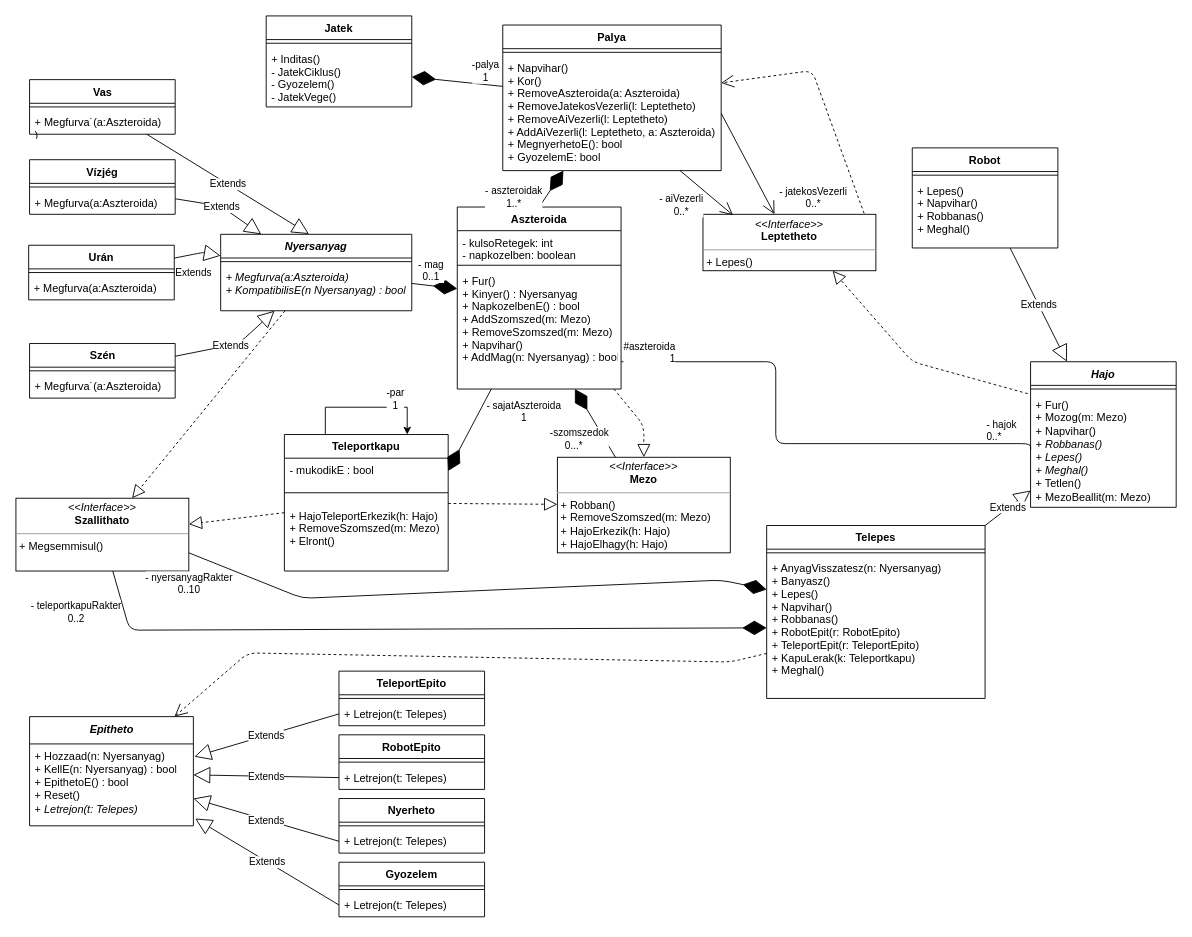
Earlier version of the draw.io diagram doc/uml/class.drawio (torpeBoiGo/aszteroidabanyaszat). Source tidied: cells renumbered, new cells numbered last; positions are measured from the earlier drawing's top-left corner, leaving out a move shared by most shapes. Both pictures are drawn from the tidied source at 91%, with x=0, y=0 at pixel (15, 15).
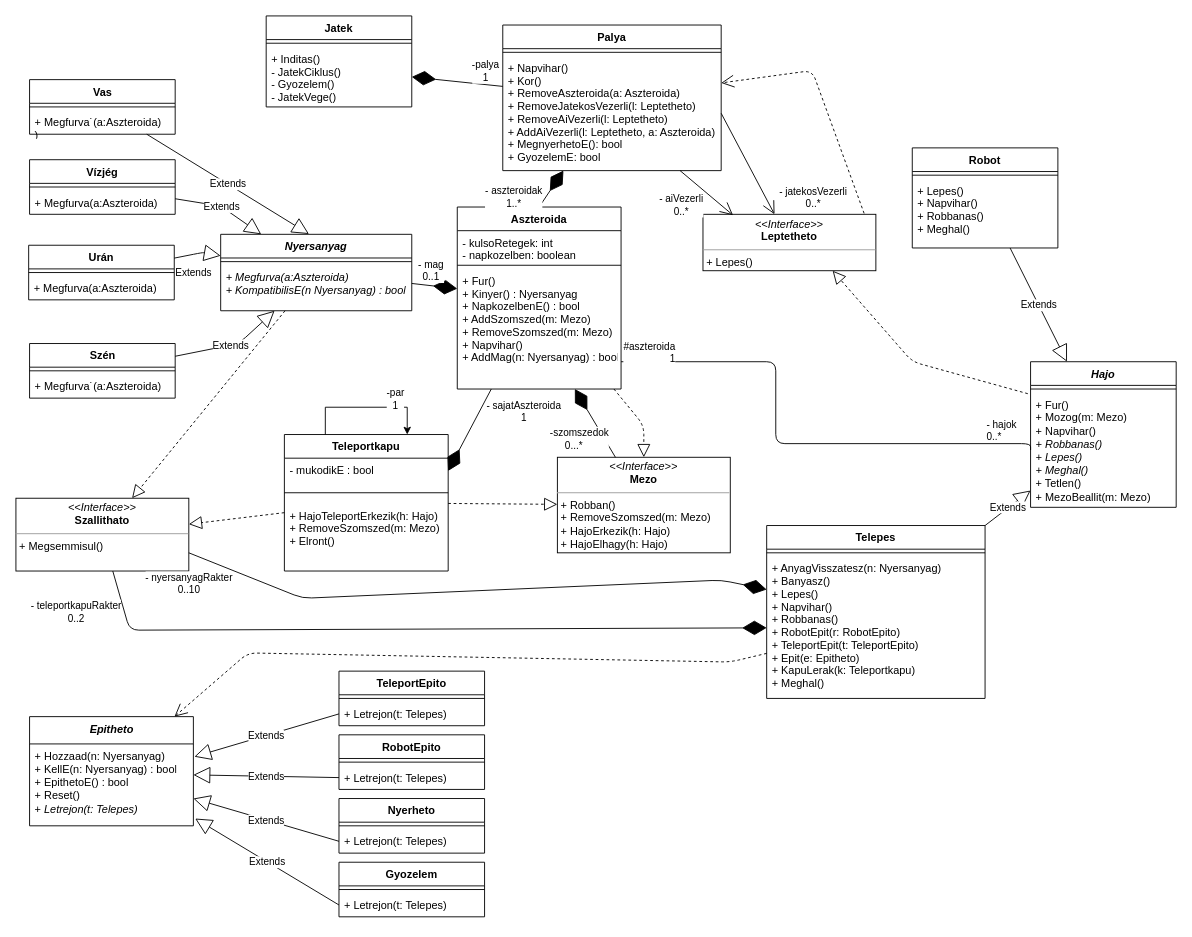
After the change.

Commit message:
Epit a győzelemvizsgálatra

The change refers to these unchanged cells:
```xml
<mxCell id="16" value="Telepes" style="swimlane;fontStyle=1;align=center;verticalAlign=top;horizontal=1;startSize=26;" parent="1" vertex="1">
  <mxGeometry x="825" y="560" width="240" height="190" as="geometry" />
</mxCell>
```

Diff of the diagram source:
```diff
@@
-    <mxCell id="18" value="+ AnyagVisszatesz(n: Nyersanyag)&#10;+ Banyasz()&#10;+ Lepes()&#10;+ Napvihar()&#10;+ Robbanas()&#10;+ RobotEpit(r: RobotEpito)&#10;+ TeleportEpit(r: TeleportEpito)&#10;+ KapuLerak(k: Teleportkapu)&#10;+ Meghal()" style="text;strokeColor=none;fillColor=none;align=left;verticalAlign=top;spacingLeft=4;spacingRight=4;overflow=hidden;points=[[0,0.5],[1,0.5]];portConstraint=eastwest;" parent="16" vertex="1">
+    <mxCell id="18" value="+ AnyagVisszatesz(n: Nyersanyag)&#10;+ Banyasz()&#10;+ Lepes()&#10;+ Napvihar()&#10;+ Robbanas()&#10;+ RobotEpit(r: RobotEpito)&#10;+ TeleportEpit(t: TeleportEpito)&#10;+ Epit(e: Epitheto)&#10;+ KapuLerak(k: Teleportkapu)&#10;+ Meghal()" style="text;strokeColor=none;fillColor=none;align=left;verticalAlign=top;spacingLeft=4;spacingRight=4;overflow=hidden;points=[[0,0.5],[1,0.5]];portConstraint=eastwest;" parent="16" vertex="1">
       <mxGeometry y="34" width="240" height="156" as="geometry" />
     </mxCell>
```
